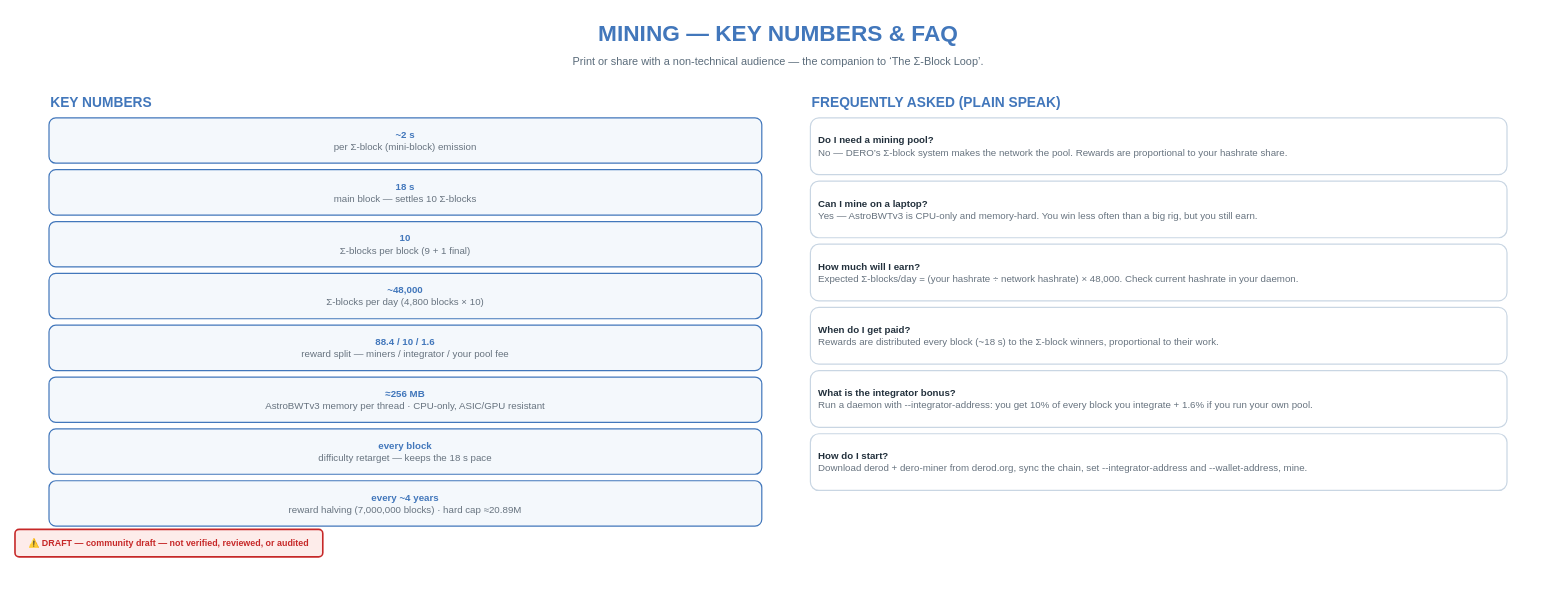
Earlier version of the draw.io diagram page "Mining Key Numbers & FAQ" (2 of 2) of DERO.MINING.drawio (liqdmetal/DERO.STARGATE.DIAGRAMS). Source tidied: cells renumbered, new cells numbered last; positions are measured from the earlier drawing's top-left corner, leaving out a move shared by most shapes. Both pictures are drawn from the tidied source at 81%, with x=0, y=0 at pixel (15, 14).
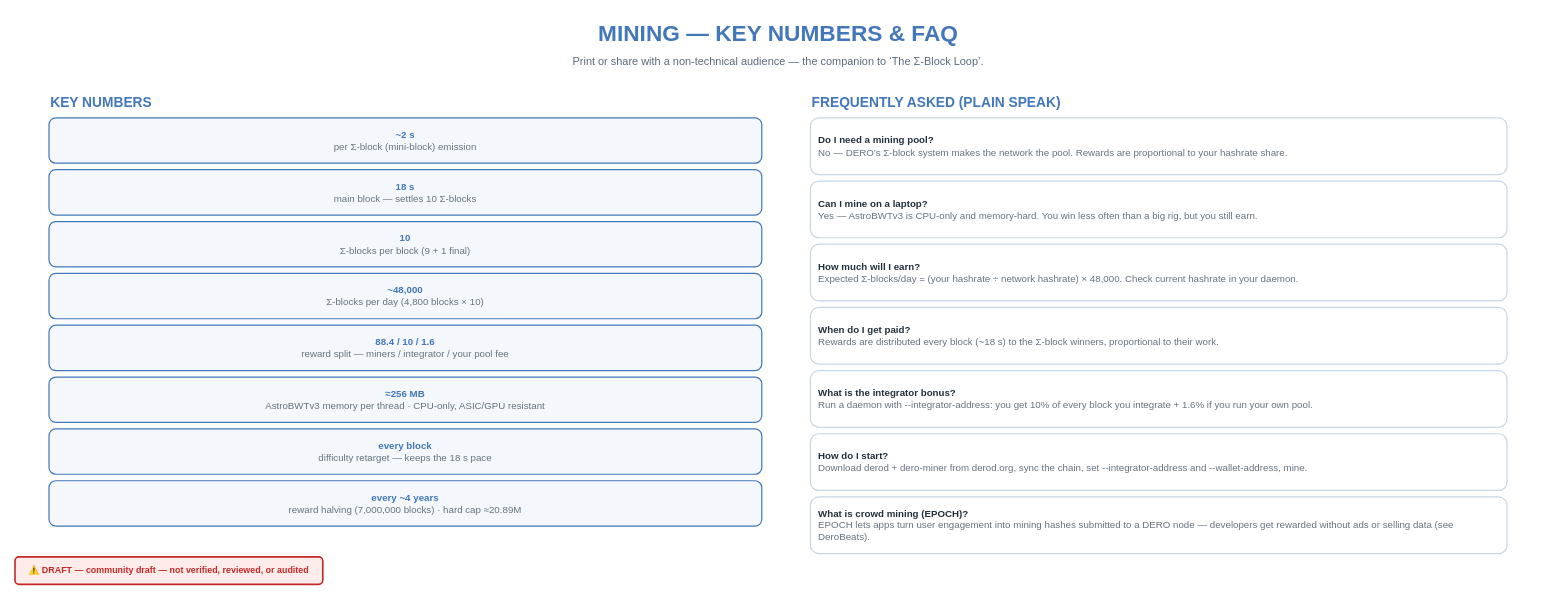
Above is the later version.

Commit message (it also covers changes not shown here):
Scale EPOCH into hypothetical zones + mining FAQ + README

What changed in the source:
```diff
@@
     <mxCell id="2" value="⚠️ DRAFT — community draft — not verified, reviewed, or audited" style="rounded=1;whiteSpace=wrap;html=1;fillColor=#FDECEA;strokeColor=#C62828;strokeWidth=2;fontSize=11;fontStyle=1;fontColor=#C62828;align=center;verticalAlign=middle;" parent="1" vertex="1">
-      <mxGeometry y="636" width="380" height="34" as="geometry" />
+      <mxGeometry y="670" width="380" height="34" as="geometry" />
     </mxCell>
@@
+    <mxCell id="21" value="&lt;b&gt;What is crowd mining (EPOCH)?&lt;/b&gt;&lt;br&gt;&lt;font color=&quot;#66727E&quot;&gt;EPOCH lets apps turn user engagement into mining hashes submitted to a DERO node — developers get rewarded without ads or selling data (see DeroBeats).&lt;/font&gt;" style="rounded=1;whiteSpace=wrap;html=1;fillColor=#FFFFFF;strokeColor=#C9D6E3;strokeWidth=1.5;fontSize=12;fontColor=#22303C;align=left;verticalAlign=middle;spacing=10;" parent="1" vertex="1">
+      <mxGeometry x="982" y="596" width="860" height="70" as="geometry" />
+    </mxCell>
```
